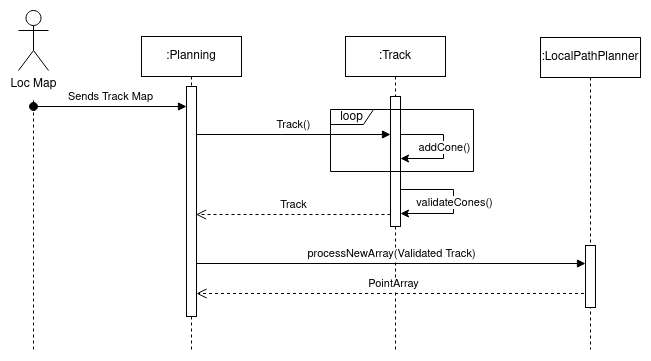
This is docs/assets/Planning/SequenceDiagram.png from fs-feup/autonomous-systems, a draw.io export, as it was before one commit. Source tidied: cells renumbered, new cells last; positions are measured from the earlier drawing's top-left corner, leaving out a move shared by most shapes.
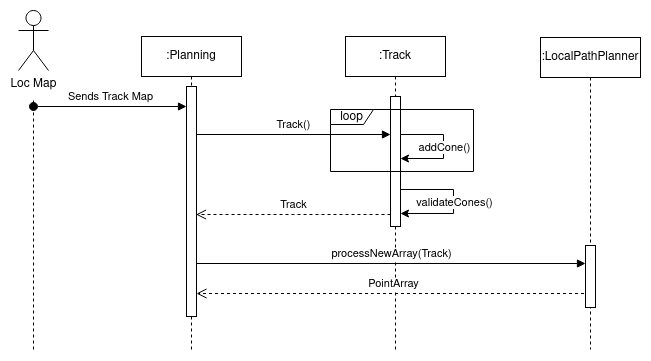
The same diagram one commit later.

Commit message:
fix(planning): small error on seq diagram

Diff of the diagram source:
```diff
@@ -63,7 +63,7 @@
     <mxCell id="13" style="html=1;points=[];perimeter=orthogonalPerimeter;outlineConnect=0;targetShapes=umlLifeline;portConstraint=eastwest;newEdgeStyle={&quot;edgeStyle&quot;:&quot;elbowEdgeStyle&quot;,&quot;elbow&quot;:&quot;vertical&quot;,&quot;curved&quot;:0,&quot;rounded&quot;:0};" parent="12" vertex="1">
       <mxGeometry x="45" y="208" width="10" height="62" as="geometry" />
     </mxCell>
-    <mxCell id="14" value="processNewArray(Validated Track)" style="html=1;verticalAlign=bottom;endArrow=block;edgeStyle=elbowEdgeStyle;elbow=vertical;curved=0;rounded=0;" parent="1" edge="1" target="13">
+    <mxCell id="14" value="processNewArray(Track)" style="html=1;verticalAlign=bottom;endArrow=block;edgeStyle=elbowEdgeStyle;elbow=vertical;curved=0;rounded=0;" parent="1" edge="1" target="13">
       <mxGeometry relative="1" as="geometry">
         <mxPoint x="178" y="253" as="sourcePoint" />
       </mxGeometry>
```
